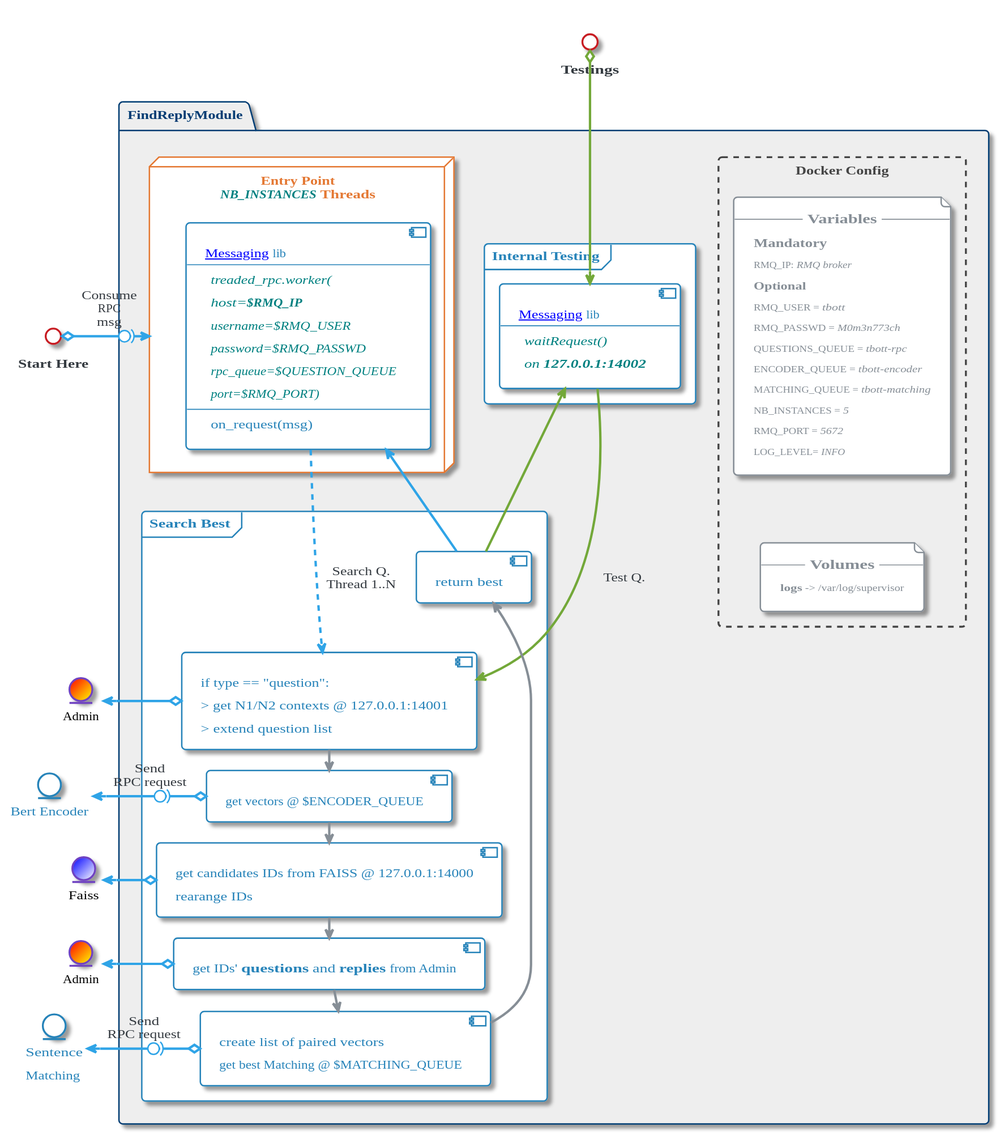
This is images/plantuml/FindReply/find_reply/FindReply_Full.svg from momenttech/maestro-architecture, a PlantUML export, as it was before one commit.
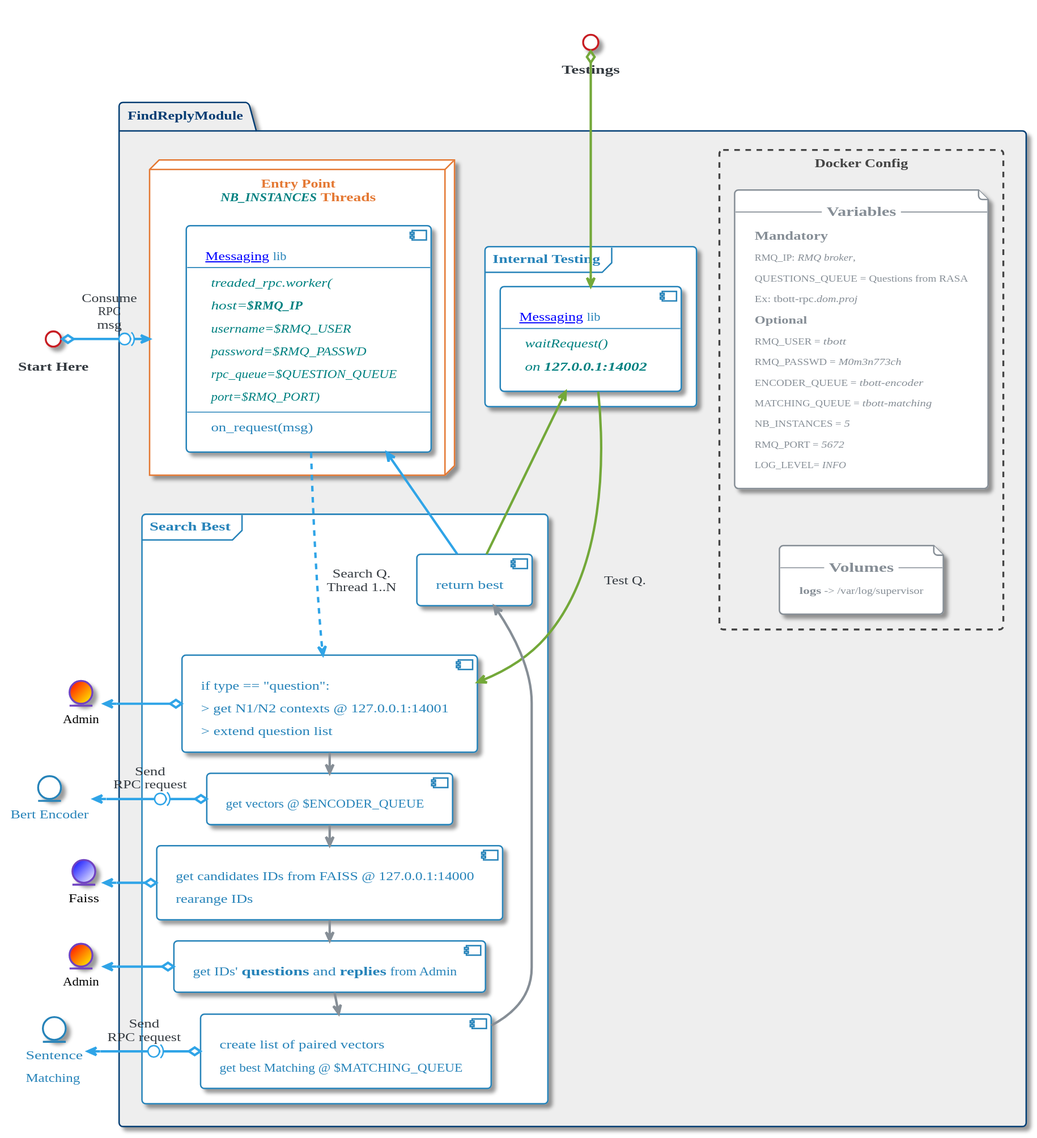
The same diagram one commit later.

Commit message:
questions_queue is mandatory

What changed in the source:
```diff
@@ -1,4 +1,4 @@
-@startuml
+@startuml FindReply_Full
 
 
 
@@ -319,6 +319,7 @@
 
 hide stereotype
 
+skinparam backgroundColor transparent
 !pragma horizontalLineBetweenDifferentPackageAllowed
 
 skinparam file<<NOTE>> {
@@ -425,7 +426,7 @@
             rectangle "Docker Config" <<boundary>> as FindReplyModule_cfg {
 
 
-        file "-- =Variables --\n==Mandatory\nRMQ_IP: <i>RMQ broker</i>\n===Optional\nRMQ_USER = <i>tbott</i>\n                                RMQ_PASSWD = <i>M0m3n773ch</i>\n                                QUESTIONS_QUEUE = <i>tbott-rpc</i>\n                                ENCODER_QUEUE = <i>tbott-encoder</i>\n                                MATCHING_QUEUE = <i>tbott-matching</i>\n                                NB_INSTANCES = <i>5</i>\n                                RMQ_PORT = <i>5672</i>\n                                LOG_LEVEL= <i>INFO</i>" <<docker_params>> as FindReplyModule_vars
+        file "-- =Variables --\n==Mandatory\nRMQ_IP: <i>RMQ broker</i>,\n                                QUESTIONS_QUEUE = Questions from RASA\n                                Ex: tbott-rpc.<i>dom.proj</i>\n===Optional\nRMQ_USER = <i>tbott</i>\n                                RMQ_PASSWD = <i>M0m3n773ch</i>\n                                ENCODER_QUEUE = <i>tbott-encoder</i>\n                                MATCHING_QUEUE = <i>tbott-matching</i>\n                                NB_INSTANCES = <i>5</i>\n                                RMQ_PORT = <i>5672</i>\n                                LOG_LEVEL= <i>INFO</i>" <<docker_params>> as FindReplyModule_vars
 
 
         file "-- =Volumes --\n<b>logs</b> -> /var/log/supervisor" <<docker_params>> as FindReplyModule_vols
```
